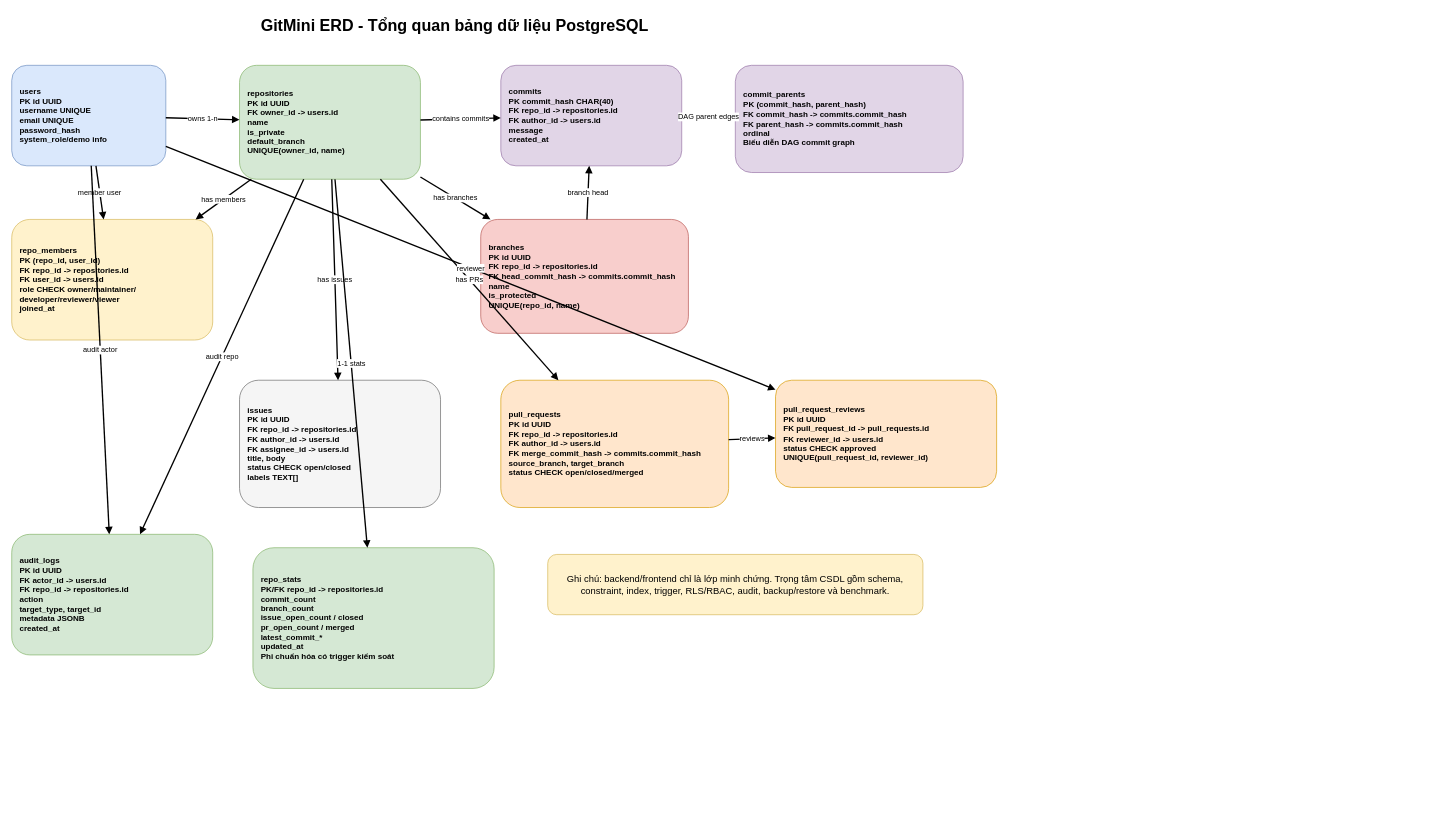
Earlier version of the draw.io diagram docs/diagrams/gitmini_erd.drawio (VIENDANBACK5/GitMini-Management). Source tidied: cells renumbered, new cells numbered last; positions are measured from the earlier drawing's top-left corner, leaving out a move shared by most shapes. Both pictures are drawn from the tidied source at 67%, with x=0, y=0 at pixel (11, 11).
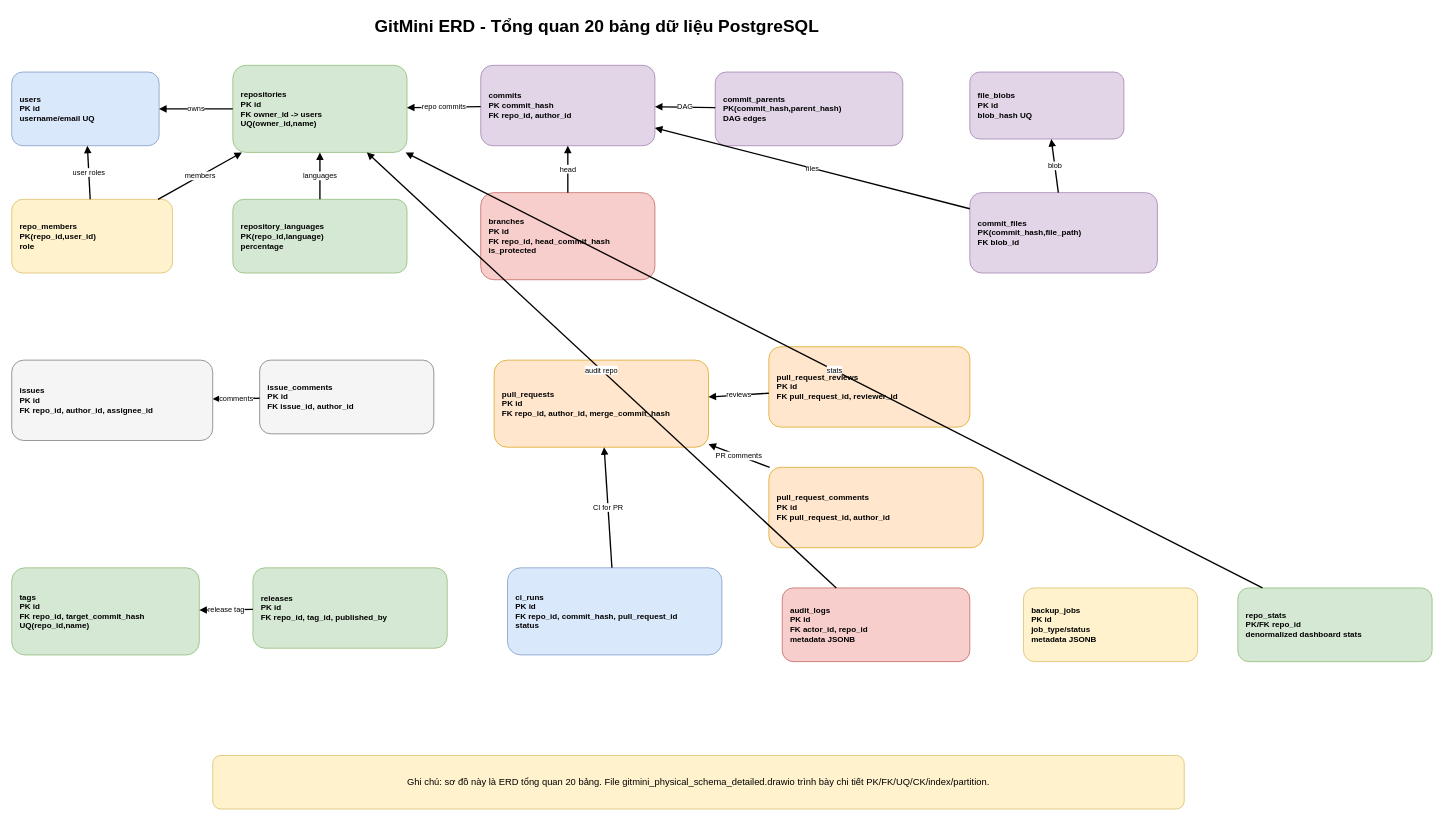
Above is the later version.

The edit, as a diff of the source:
```diff
@@
-    <mxCell id="2" value="GitMini ERD - Tổng quan bảng dữ liệu PostgreSQL" style="text;html=1;strokeColor=none;fillColor=none;fontSize=24;fontStyle=1;" parent="1" vertex="1">
-      <mxGeometry x="370" width="740" height="40" as="geometry" />
+    <mxCell id="2" value="GitMini ERD - Tổng quan 20 bảng dữ liệu PostgreSQL" style="text;html=1;strokeColor=none;fillColor=none;fontSize=26;fontStyle=1;" parent="1" vertex="1">
+      <mxGeometry x="540" width="1100" height="50" as="geometry" />
     </mxCell>
-    <mxCell id="3" value="users&#10;PK id UUID&#10;username UNIQUE&#10;email UNIQUE&#10;password_hash&#10;system_role/demo info" style="rounded=1;whiteSpace=wrap;html=1;fillColor=#dae8fc;strokeColor=#6c8ebf;fontStyle=1;align=left;spacingLeft=10;" parent="1" vertex="1">
-      <mxGeometry y="80" width="230" height="150" as="geometry" />
+    <mxCell id="3" value="users&#10;PK id&#10;username/email UQ" style="rounded=1;whiteSpace=wrap;html=1;fillColor=#dae8fc;strokeColor=#6c8ebf;fontStyle=1;align=left;spacingLeft=10;" parent="1" vertex="1">
+      <mxGeometry y="90" width="220" height="110" as="geometry" />
     </mxCell>
-    <mxCell id="4" value="repositories&#10;PK id UUID&#10;FK owner_id -&gt; users.id&#10;name&#10;is_private&#10;default_branch&#10;UNIQUE(owner_id, name)" style="rounded=1;whiteSpace=wrap;html=1;fillColor=#d5e8d4;strokeColor=#82b366;fontStyle=1;align=left;spacingLeft=10;" parent="1" vertex="1">
-      <mxGeometry x="340" y="80" width="270" height="170" as="geometry" />
+    <mxCell id="4" value="repositories&#10;PK id&#10;FK owner_id -&gt; users&#10;UQ(owner_id,name)" style="rounded=1;whiteSpace=wrap;html=1;fillColor=#d5e8d4;strokeColor=#82b366;fontStyle=1;align=left;spacingLeft=10;" parent="1" vertex="1">
+      <mxGeometry x="330" y="80" width="260" height="130" as="geometry" />
     </mxCell>
-    <mxCell id="5" value="repo_members&#10;PK (repo_id, user_id)&#10;FK repo_id -&gt; repositories.id&#10;FK user_id -&gt; users.id&#10;role CHECK owner/maintainer/&#10;developer/reviewer/viewer&#10;joined_at" style="rounded=1;whiteSpace=wrap;html=1;fillColor=#fff2cc;strokeColor=#d6b656;fontStyle=1;align=left;spacingLeft=10;" parent="1" vertex="1">
-      <mxGeometry y="310" width="300" height="180" as="geometry" />
+    <mxCell id="5" value="repo_members&#10;PK(repo_id,user_id)&#10;role" style="rounded=1;whiteSpace=wrap;html=1;fillColor=#fff2cc;strokeColor=#d6b656;fontStyle=1;align=left;spacingLeft=10;" parent="1" vertex="1">
+      <mxGeometry y="280" width="240" height="110" as="geometry" />
     </mxCell>
-    <mxCell id="6" value="commits&#10;PK commit_hash CHAR(40)&#10;FK repo_id -&gt; repositories.id&#10;FK author_id -&gt; users.id&#10;message&#10;created_at" style="rounded=1;whiteSpace=wrap;html=1;fillColor=#e1d5e7;strokeColor=#9673a6;fontStyle=1;align=left;spacingLeft=10;" parent="1" vertex="1">
-      <mxGeometry x="730" y="80" width="270" height="150" as="geometry" />
+    <mxCell id="6" value="commits&#10;PK commit_hash&#10;FK repo_id, author_id" style="rounded=1;whiteSpace=wrap;html=1;fillColor=#e1d5e7;strokeColor=#9673a6;fontStyle=1;align=left;spacingLeft=10;" parent="1" vertex="1">
+      <mxGeometry x="700" y="80" width="260" height="120" as="geometry" />
     </mxCell>
-    <mxCell id="7" value="commit_parents&#10;PK (commit_hash, parent_hash)&#10;FK commit_hash -&gt; commits.commit_hash&#10;FK parent_hash -&gt; commits.commit_hash&#10;ordinal&#10;Biểu diễn DAG commit graph" style="rounded=1;whiteSpace=wrap;html=1;fillColor=#e1d5e7;strokeColor=#9673a6;fontStyle=1;align=left;spacingLeft=10;" parent="1" vertex="1">
-      <mxGeometry x="1080" y="80" width="340" height="160" as="geometry" />
+    <mxCell id="7" value="commit_parents&#10;PK(commit_hash,parent_hash)&#10;DAG edges" style="rounded=1;whiteSpace=wrap;html=1;fillColor=#e1d5e7;strokeColor=#9673a6;fontStyle=1;align=left;spacingLeft=10;" parent="1" vertex="1">
+      <mxGeometry x="1050" y="90" width="280" height="110" as="geometry" />
     </mxCell>
-    <mxCell id="8" value="branches&#10;PK id UUID&#10;FK repo_id -&gt; repositories.id&#10;FK head_commit_hash -&gt; commits.commit_hash&#10;name&#10;is_protected&#10;UNIQUE(repo_id, name)" style="rounded=1;whiteSpace=wrap;html=1;fillColor=#f8cecc;strokeColor=#b85450;fontStyle=1;align=left;spacingLeft=10;" parent="1" vertex="1">
-      <mxGeometry x="700" y="310" width="310" height="170" as="geometry" />
+    <mxCell id="8" value="branches&#10;PK id&#10;FK repo_id, head_commit_hash&#10;is_protected" style="rounded=1;whiteSpace=wrap;html=1;fillColor=#f8cecc;strokeColor=#b85450;fontStyle=1;align=left;spacingLeft=10;" parent="1" vertex="1">
+      <mxGeometry x="700" y="270" width="260" height="130" as="geometry" />
     </mxCell>
+    <mxCell id="29" value="file_blobs&#10;PK id&#10;blob_hash UQ" style="rounded=1;whiteSpace=wrap;html=1;fillColor=#e1d5e7;strokeColor=#9673a6;fontStyle=1;align=left;spacingLeft=10;" parent="1" vertex="1">
+      <mxGeometry x="1430" y="90" width="230" height="100" as="geometry" />
+    </mxCell>
+    <mxCell id="30" value="commit_files&#10;PK(commit_hash,file_path)&#10;FK blob_id" style="rounded=1;whiteSpace=wrap;html=1;fillColor=#e1d5e7;strokeColor=#9673a6;fontStyle=1;align=left;spacingLeft=10;" parent="1" vertex="1">
+      <mxGeometry x="1430" y="270" width="280" height="120" as="geometry" />
+    </mxCell>
+    <mxCell id="31" value="repository_languages&#10;PK(repo_id,language)&#10;percentage" style="rounded=1;whiteSpace=wrap;html=1;fillColor=#d5e8d4;strokeColor=#82b366;fontStyle=1;align=left;spacingLeft=10;" parent="1" vertex="1">
+      <mxGeometry x="330" y="280" width="260" height="110" as="geometry" />
+    </mxCell>
-    <mxCell id="9" value="issues&#10;PK id UUID&#10;FK repo_id -&gt; repositories.id&#10;FK author_id -&gt; users.id&#10;FK assignee_id -&gt; users.id&#10;title, body&#10;status CHECK open/closed&#10;labels TEXT[]" style="rounded=1;whiteSpace=wrap;html=1;fillColor=#f5f5f5;strokeColor=#666666;fontStyle=1;align=left;spacingLeft=10;" parent="1" vertex="1">
-      <mxGeometry x="340" y="550" width="300" height="190" as="geometry" />
+    <mxCell id="9" value="issues&#10;PK id&#10;FK repo_id, author_id, assignee_id" style="rounded=1;whiteSpace=wrap;html=1;fillColor=#f5f5f5;strokeColor=#666666;fontStyle=1;align=left;spacingLeft=10;" parent="1" vertex="1">
+      <mxGeometry y="520" width="300" height="120" as="geometry" />
     </mxCell>
+    <mxCell id="32" value="issue_comments&#10;PK id&#10;FK issue_id, author_id" style="rounded=1;whiteSpace=wrap;html=1;fillColor=#f5f5f5;strokeColor=#666666;fontStyle=1;align=left;spacingLeft=10;" parent="1" vertex="1">
+      <mxGeometry x="370" y="520" width="260" height="110" as="geometry" />
+    </mxCell>
-    <mxCell id="10" value="pull_requests&#10;PK id UUID&#10;FK repo_id -&gt; repositories.id&#10;FK author_id -&gt; users.id&#10;FK merge_commit_hash -&gt; commits.commit_hash&#10;source_branch, target_branch&#10;status CHECK open/closed/merged" style="rounded=1;whiteSpace=wrap;html=1;fillColor=#ffe6cc;strokeColor=#d79b00;fontStyle=1;align=left;spacingLeft=10;" parent="1" vertex="1">
-      <mxGeometry x="730" y="550" width="340" height="190" as="geometry" />
+    <mxCell id="10" value="pull_requests&#10;PK id&#10;FK repo_id, author_id, merge_commit_hash" style="rounded=1;whiteSpace=wrap;html=1;fillColor=#ffe6cc;strokeColor=#d79b00;fontStyle=1;align=left;spacingLeft=10;" parent="1" vertex="1">
+      <mxGeometry x="720" y="520" width="320" height="130" as="geometry" />
     </mxCell>
-    <mxCell id="11" value="pull_request_reviews&#10;PK id UUID&#10;FK pull_request_id -&gt; pull_requests.id&#10;FK reviewer_id -&gt; users.id&#10;status CHECK approved&#10;UNIQUE(pull_request_id, reviewer_id)" style="rounded=1;whiteSpace=wrap;html=1;fillColor=#ffe6cc;strokeColor=#d79b00;fontStyle=1;align=left;spacingLeft=10;" parent="1" vertex="1">
-      <mxGeometry x="1140" y="550" width="330" height="160" as="geometry" />
+    <mxCell id="11" value="pull_request_reviews&#10;PK id&#10;FK pull_request_id, reviewer_id" style="rounded=1;whiteSpace=wrap;html=1;fillColor=#ffe6cc;strokeColor=#d79b00;fontStyle=1;align=left;spacingLeft=10;" parent="1" vertex="1">
+      <mxGeometry x="1130" y="500" width="300" height="120" as="geometry" />
     </mxCell>
+    <mxCell id="33" value="pull_request_comments&#10;PK id&#10;FK pull_request_id, author_id" style="rounded=1;whiteSpace=wrap;html=1;fillColor=#ffe6cc;strokeColor=#d79b00;fontStyle=1;align=left;spacingLeft=10;" parent="1" vertex="1">
+      <mxGeometry x="1130" y="680" width="320" height="120" as="geometry" />
+    </mxCell>
+    <mxCell id="34" value="tags&#10;PK id&#10;FK repo_id, target_commit_hash&#10;UQ(repo_id,name)" style="rounded=1;whiteSpace=wrap;html=1;fillColor=#d5e8d4;strokeColor=#82b366;fontStyle=1;align=left;spacingLeft=10;" parent="1" vertex="1">
+      <mxGeometry y="830" width="280" height="130" as="geometry" />
+    </mxCell>
+    <mxCell id="35" value="releases&#10;PK id&#10;FK repo_id, tag_id, published_by" style="rounded=1;whiteSpace=wrap;html=1;fillColor=#d5e8d4;strokeColor=#82b366;fontStyle=1;align=left;spacingLeft=10;" parent="1" vertex="1">
+      <mxGeometry x="360" y="830" width="290" height="120" as="geometry" />
+    </mxCell>
+    <mxCell id="36" value="ci_runs&#10;PK id&#10;FK repo_id, commit_hash, pull_request_id&#10;status" style="rounded=1;whiteSpace=wrap;html=1;fillColor=#dae8fc;strokeColor=#6c8ebf;fontStyle=1;align=left;spacingLeft=10;" parent="1" vertex="1">
+      <mxGeometry x="740" y="830" width="320" height="130" as="geometry" />
+    </mxCell>
-    <mxCell id="12" value="audit_logs&#10;PK id UUID&#10;FK actor_id -&gt; users.id&#10;FK repo_id -&gt; repositories.id&#10;action&#10;target_type, target_id&#10;metadata JSONB&#10;created_at" style="rounded=1;whiteSpace=wrap;html=1;fillColor=#d5e8d4;strokeColor=#82b366;fontStyle=1;align=left;spacingLeft=10;" parent="1" vertex="1">
-      <mxGeometry y="780" width="300" height="180" as="geometry" />
+    <mxCell id="12" value="audit_logs&#10;PK id&#10;FK actor_id, repo_id&#10;metadata JSONB" style="rounded=1;whiteSpace=wrap;html=1;fillColor=#f8cecc;strokeColor=#b85450;fontStyle=1;align=left;spacingLeft=10;" parent="1" vertex="1">
+      <mxGeometry x="1150" y="860" width="280" height="110" as="geometry" />
     </mxCell>
+    <mxCell id="37" value="backup_jobs&#10;PK id&#10;job_type/status&#10;metadata JSONB" style="rounded=1;whiteSpace=wrap;html=1;fillColor=#fff2cc;strokeColor=#d6b656;fontStyle=1;align=left;spacingLeft=10;" parent="1" vertex="1">
+      <mxGeometry x="1510" y="860" width="260" height="110" as="geometry" />
+    </mxCell>
-    <mxCell id="13" value="repo_stats&#10;PK/FK repo_id -&gt; repositories.id&#10;commit_count&#10;branch_count&#10;issue_open_count / closed&#10;pr_open_count / merged&#10;latest_commit_*&#10;updated_at&#10;Phi chuẩn hóa có trigger kiểm soát" style="rounded=1;whiteSpace=wrap;html=1;fillColor=#d5e8d4;strokeColor=#82b366;fontStyle=1;align=left;spacingLeft=10;" parent="1" vertex="1">
-      <mxGeometry x="360" y="800" width="360" height="210" as="geometry" />
+    <mxCell id="13" value="repo_stats&#10;PK/FK repo_id&#10;denormalized dashboard stats" style="rounded=1;whiteSpace=wrap;html=1;fillColor=#d5e8d4;strokeColor=#82b366;fontStyle=1;align=left;spacingLeft=10;" parent="1" vertex="1">
+      <mxGeometry x="1830" y="860" width="290" height="110" as="geometry" />
     </mxCell>
-    <mxCell id="14" value="Ghi chú: backend/frontend chỉ là lớp minh chứng. Trọng tâm CSDL gồm schema, constraint, index, trigger, RLS/RBAC, audit, backup/restore và benchmark." style="rounded=1;whiteSpace=wrap;html=1;fillColor=#fff2cc;strokeColor=#d6b656;fontSize=14;" parent="1" vertex="1">
-      <mxGeometry x="800" y="810" width="560" height="90" as="geometry" />
+    <mxCell id="14" value="Ghi chú: sơ đồ này là ERD tổng quan 20 bảng. File gitmini_physical_schema_detailed.drawio trình bày chi tiết PK/FK/UQ/CK/index/partition." style="rounded=1;whiteSpace=wrap;html=1;fillColor=#fff2cc;strokeColor=#d6b656;fontSize=14;" parent="1" vertex="1">
+      <mxGeometry x="300" y="1110" width="1450" height="80" as="geometry" />
     </mxCell>
-    <mxCell id="15" value="owns 1-n" style="endArrow=block;html=1;rounded=0;strokeWidth=2;" parent="1" edge="1" source="3" target="4">
+    <mxCell id="15" value="owns" style="endArrow=block;html=1;strokeWidth=2;" parent="1" edge="1" source="4" target="3">
       <mxGeometry relative="1" as="geometry" />
     </mxCell>
-    <mxCell id="16" value="member user" style="endArrow=block;html=1;rounded=0;strokeWidth=2;" parent="1" edge="1" source="3" target="5">
+    <mxCell id="16" value="members" style="endArrow=block;html=1;strokeWidth=2;" parent="1" edge="1" source="5" target="4">
       <mxGeometry relative="1" as="geometry" />
     </mxCell>
-    <mxCell id="17" value="has members" style="endArrow=block;html=1;rounded=0;strokeWidth=2;" parent="1" edge="1" source="4" target="5">
+    <mxCell id="17" value="user roles" style="endArrow=block;html=1;strokeWidth=2;" parent="1" edge="1" source="5" target="3">
       <mxGeometry relative="1" as="geometry" />
     </mxCell>
-    <mxCell id="18" value="contains commits" style="endArrow=block;html=1;rounded=0;strokeWidth=2;" parent="1" edge="1" source="4" target="6">
+    <mxCell id="18" value="repo commits" style="endArrow=block;html=1;strokeWidth=2;" parent="1" edge="1" source="6" target="4">
       <mxGeometry relative="1" as="geometry" />
     </mxCell>
-    <mxCell id="19" value="DAG parent edges" style="endArrow=block;html=1;rounded=0;strokeWidth=2;" parent="1" edge="1" source="6" target="7">
+    <mxCell id="19" value="DAG" style="endArrow=block;html=1;strokeWidth=2;" parent="1" edge="1" source="7" target="6">
       <mxGeometry relative="1" as="geometry" />
     </mxCell>
-    <mxCell id="20" value="has branches" style="endArrow=block;html=1;rounded=0;strokeWidth=2;" parent="1" edge="1" source="4" target="8">
+    <mxCell id="20" value="head" style="endArrow=block;html=1;strokeWidth=2;" parent="1" edge="1" source="8" target="6">
       <mxGeometry relative="1" as="geometry" />
     </mxCell>
-    <mxCell id="21" value="branch head" style="endArrow=block;html=1;rounded=0;strokeWidth=2;" parent="1" edge="1" source="8" target="6">
+    <mxCell id="21" value="files" style="endArrow=block;html=1;strokeWidth=2;" parent="1" edge="1" source="30" target="6">
       <mxGeometry relative="1" as="geometry" />
     </mxCell>
-    <mxCell id="22" value="has issues" style="endArrow=block;html=1;rounded=0;strokeWidth=2;" parent="1" edge="1" source="4" target="9">
+    <mxCell id="22" value="blob" style="endArrow=block;html=1;strokeWidth=2;" parent="1" edge="1" source="30" target="29">
       <mxGeometry relative="1" as="geometry" />
     </mxCell>
-    <mxCell id="23" value="has PRs" style="endArrow=block;html=1;rounded=0;strokeWidth=2;" parent="1" edge="1" source="4" target="10">
+    <mxCell id="23" value="languages" style="endArrow=block;html=1;strokeWidth=2;" parent="1" edge="1" source="31" target="4">
       <mxGeometry relative="1" as="geometry" />
     </mxCell>
-    <mxCell id="24" value="reviews" style="endArrow=block;html=1;rounded=0;strokeWidth=2;" parent="1" edge="1" source="10" target="11">
+    <mxCell id="24" value="comments" style="endArrow=block;html=1;strokeWidth=2;" parent="1" edge="1" source="32" target="9">
       <mxGeometry relative="1" as="geometry" />
     </mxCell>
-    <mxCell id="25" value="reviewer" style="endArrow=block;html=1;rounded=0;strokeWidth=2;" parent="1" edge="1" source="3" target="11">
+    <mxCell id="25" value="reviews" style="endArrow=block;html=1;strokeWidth=2;" parent="1" edge="1" source="11" target="10">
       <mxGeometry relative="1" as="geometry" />
     </mxCell>
-    <mxCell id="26" value="audit actor" style="endArrow=block;html=1;rounded=0;strokeWidth=2;" parent="1" edge="1" source="3" target="12">
+    <mxCell id="26" value="PR comments" style="endArrow=block;html=1;strokeWidth=2;" parent="1" edge="1" source="33" target="10">
       <mxGeometry relative="1" as="geometry" />
     </mxCell>
-    <mxCell id="27" value="audit repo" style="endArrow=block;html=1;rounded=0;strokeWidth=2;" parent="1" edge="1" source="4" target="12">
+    <mxCell id="27" value="release tag" style="endArrow=block;html=1;strokeWidth=2;" parent="1" edge="1" source="35" target="34">
       <mxGeometry relative="1" as="geometry" />
     </mxCell>
-    <mxCell id="28" value="1-1 stats" style="endArrow=block;html=1;rounded=0;strokeWidth=2;" parent="1" edge="1" source="4" target="13">
+    <mxCell id="28" value="CI for PR" style="endArrow=block;html=1;strokeWidth=2;" parent="1" edge="1" source="36" target="10">
       <mxGeometry relative="1" as="geometry" />
     </mxCell>
+    <mxCell id="38" value="audit repo" style="endArrow=block;html=1;strokeWidth=2;" parent="1" edge="1" source="12" target="4">
+      <mxGeometry relative="1" as="geometry" />
+    </mxCell>
+    <mxCell id="39" value="stats" style="endArrow=block;html=1;strokeWidth=2;" parent="1" edge="1" source="13" target="4">
+      <mxGeometry relative="1" as="geometry" />
+    </mxCell>
```
